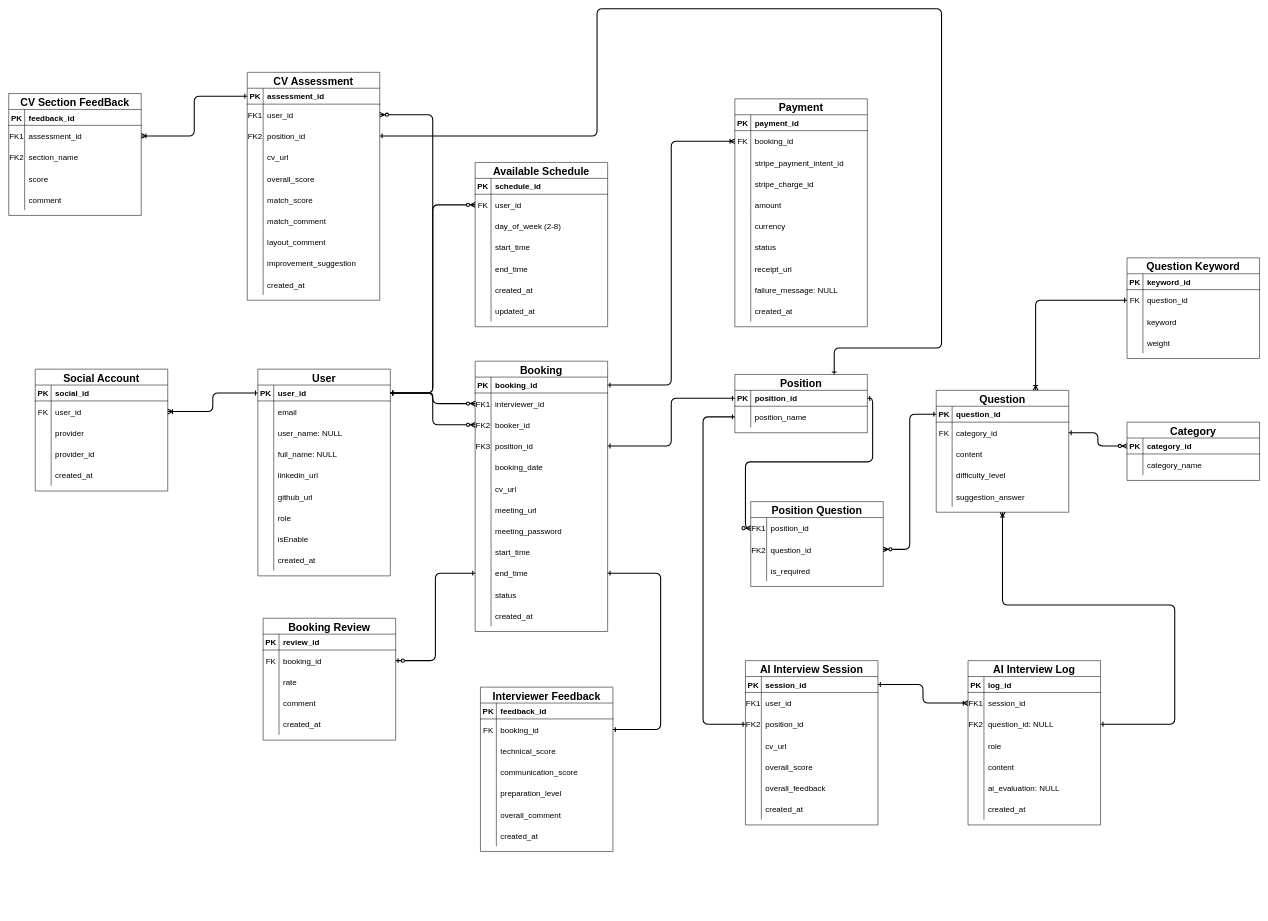
Above: docs/analysis_and_design/Database/Database.drawio in Quanbro07/SE-Master-Interview (draw.io), before the change. Source tidied: cells renumbered, new cells numbered last; positions are measured from the earlier drawing's top-left corner, leaving out a move shared by most shapes. Both pictures are drawn from the tidied source at 53%, with x=0, y=0 at pixel (8, 8).
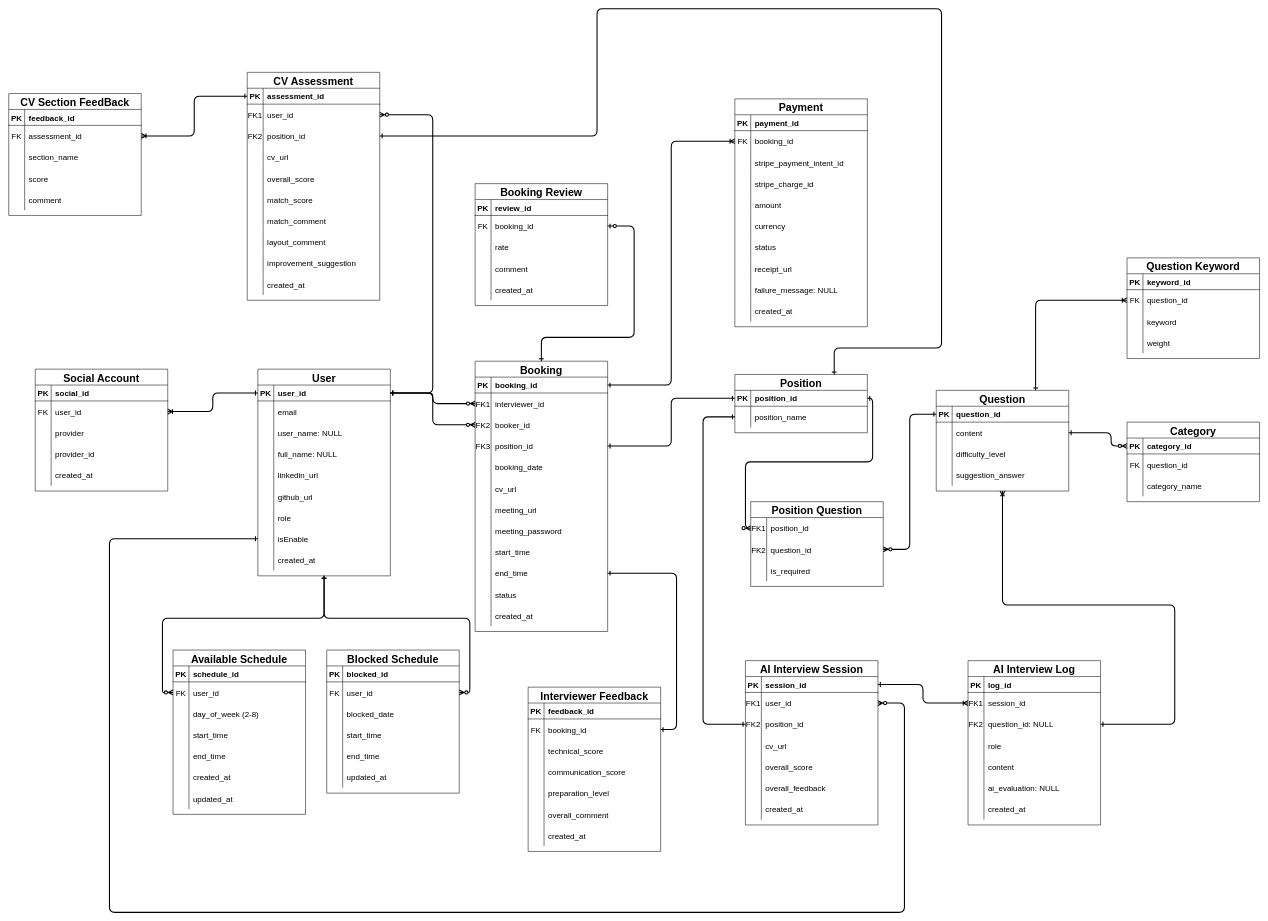
Above is the later version.

The change refers to these unchanged cells:
```xml
<mxCell id="3" value="User" style="shape=table;startSize=30;childLayout=tableLayout;rowLines=0;fontStyle=1;align=center;fontSize=20;" parent="1" vertex="1">
  <mxGeometry x="470" y="680" width="250" height="390" as="geometry" />
</mxCell>
<mxCell id="4" style="shape=partialRectangle;fillColor=none;points=[[0,0.5],[1,0.5]];portConstraint=eastwest;top=0;left=0;right=0;bottom=1;" parent="3" vertex="1">
  <mxGeometry y="30" width="250" height="30" as="geometry" />
</mxCell>
<mxCell id="25" style="shape=partialRectangle;fillColor=none;points=[[0,0.5],[1,0.5]];portConstraint=eastwest;top=0;left=0;right=0;bottom=0;" parent="3" vertex="1">
  <mxGeometry y="300" width="250" height="40" as="geometry" />
</mxCell>
<mxCell id="64" style="shape=partialRectangle;fillColor=none;points=[[0,0.5],[1,0.5]];portConstraint=eastwest;top=0;left=0;right=0;bottom=1;" parent="63" vertex="1">
  <mxGeometry y="30" width="250" height="30" as="geometry" />
</mxCell>
<mxCell id="67" style="shape=partialRectangle;fillColor=none;top=0;left=0;right=0;bottom=0;" parent="63" vertex="1">
  <mxGeometry y="60" width="250" height="40" as="geometry" />
</mxCell>
<mxCell id="93" style="shape=partialRectangle;fillColor=none;points=[[0,0.5],[1,0.5]];portConstraint=eastwest;top=0;left=0;right=0;bottom=0;" parent="89" vertex="1">
  <mxGeometry y="60" width="250" height="40" as="geometry" />
</mxCell>
<mxCell id="111" value="Booking" style="shape=table;startSize=30;childLayout=tableLayout;rowLines=0;fontStyle=1;align=center;fontSize=20;" parent="1" vertex="1">
  <mxGeometry x="880" y="665" width="250" height="510" as="geometry" />
</mxCell>
<mxCell id="139" style="shape=partialRectangle;fillColor=none;points=[[0,0.5],[1,0.5]];portConstraint=eastwest;top=0;left=0;right=0;bottom=0;" parent="111" vertex="1">
  <mxGeometry y="380" width="250" height="40" as="geometry" />
</mxCell>
<mxCell id="189" style="shape=partialRectangle;fillColor=none;points=[[0,0.5],[1,0.5]];portConstraint=eastwest;top=0;left=0;right=0;bottom=0;" parent="185" vertex="1">
  <mxGeometry y="60" width="250" height="40" as="geometry" />
</mxCell>
<mxCell id="205" style="shape=partialRectangle;fillColor=none;points=[[0,0.5],[1,0.5]];portConstraint=eastwest;top=0;left=0;right=0;bottom=0;" parent="201" vertex="1">
  <mxGeometry y="60" width="250" height="40" as="geometry" />
</mxCell>
<mxCell id="253" style="shape=partialRectangle;fillColor=none;points=[[0,0.5],[1,0.5]];portConstraint=eastwest;top=0;left=0;right=0;bottom=0;" parent="249" vertex="1">
  <mxGeometry y="60" width="250" height="40" as="geometry" />
</mxCell>
<mxCell id="307" style="shape=partialRectangle;fillColor=none;points=[[0,0.5],[1,0.5]];portConstraint=eastwest;top=0;left=0;right=0;bottom=0;" parent="303" vertex="1">
  <mxGeometry y="60" width="250" height="40" as="geometry" />
</mxCell>
<mxCell id="310" style="shape=partialRectangle;fillColor=none;top=0;left=0;right=0;bottom=0;" parent="303" vertex="1">
  <mxGeometry y="100" width="250" height="40" as="geometry" />
</mxCell>
<mxCell id="326" style="shape=partialRectangle;fillColor=none;points=[[0,0.5],[1,0.5]];portConstraint=eastwest;top=0;left=0;right=0;bottom=0;" parent="322" vertex="1">
  <mxGeometry y="60" width="250" height="40" as="geometry" />
</mxCell>
```

What changed in the source:
```diff
@@
     <mxCell id="47" value="Question" style="shape=table;startSize=30;childLayout=tableLayout;rowLines=0;fontStyle=1;align=center;fontSize=20;" parent="1" vertex="1">
-      <mxGeometry x="1750" y="720" width="250" height="230" as="geometry" />
+      <mxGeometry x="1750" y="720" width="250" height="190" as="geometry" />
     </mxCell>
@@
-    <mxCell id="51" style="shape=partialRectangle;fillColor=none;points=[[0,0.5],[1,0.5]];portConstraint=eastwest;top=0;left=0;right=0;bottom=0;" parent="47" vertex="1">
-      <mxGeometry y="60" width="250" height="40" as="geometry" />
-    </mxCell>
-    <mxCell id="52" value="FK" style="shape=partialRectangle;overflow=hidden;fillColor=none;top=0;left=0;bottom=0;right=0;fontSize=15;" parent="51" vertex="1">
-      <mxGeometry width="30" height="40" as="geometry" />
-    </mxCell>
-    <mxCell id="53" value="category_id" style="shape=partialRectangle;overflow=hidden;fillColor=none;top=0;left=0;bottom=0;right=0;align=left;spacingLeft=6;fontSize=15;" parent="51" vertex="1">
-      <mxGeometry x="30" width="220" height="40" as="geometry" />
-    </mxCell>
     <mxCell id="54" style="shape=partialRectangle;fillColor=none;top=0;left=0;right=0;bottom=0;" parent="47" vertex="1">
-      <mxGeometry y="100" width="250" height="40" as="geometry" />
+      <mxGeometry y="60" width="250" height="40" as="geometry" />
     </mxCell>
@@
     <mxCell id="57" style="shape=partialRectangle;fillColor=none;top=0;left=0;right=0;bottom=0;" parent="47" vertex="1">
-      <mxGeometry y="140" width="250" height="40" as="geometry" />
+      <mxGeometry y="100" width="250" height="40" as="geometry" />
     </mxCell>
@@
     <mxCell id="60" style="shape=partialRectangle;fillColor=none;top=0;left=0;right=0;bottom=0;" parent="47" vertex="1">
-      <mxGeometry y="180" width="250" height="40" as="geometry" />
+      <mxGeometry y="140" width="250" height="40" as="geometry" />
     </mxCell>
@@
     <mxCell id="63" value="Category" style="shape=table;startSize=30;childLayout=tableLayout;rowLines=0;fontStyle=1;align=center;fontSize=20;" parent="1" vertex="1">
-      <mxGeometry x="2110" y="780" width="250" height="110" as="geometry" />
+      <mxGeometry x="2110" y="780" width="250" height="150" as="geometry" />
     </mxCell>
@@
-    <mxCell id="68" style="shape=partialRectangle;overflow=hidden;fillColor=none;top=0;left=0;bottom=0;right=0;" parent="67" vertex="1">
+    <mxCell id="68" value="FK" style="shape=partialRectangle;overflow=hidden;fillColor=none;top=0;left=0;bottom=0;right=0;fontSize=15;" parent="67" vertex="1">
       <mxGeometry width="30" height="40" as="geometry" />
     </mxCell>
-    <mxCell id="69" value="category_name" style="shape=partialRectangle;overflow=hidden;fillColor=none;top=0;left=0;bottom=0;right=0;align=left;spacingLeft=6;fontSize=15;" parent="67" vertex="1">
+    <mxCell id="69" value="question_id" style="shape=partialRectangle;overflow=hidden;fillColor=none;top=0;left=0;bottom=0;right=0;align=left;spacingLeft=6;fontSize=15;" parent="67" vertex="1">
       <mxGeometry x="30" width="220" height="40" as="geometry" />
     </mxCell>
+    <mxCell id="336" style="shape=partialRectangle;fillColor=none;top=0;left=0;right=0;bottom=0;" parent="63" vertex="1">
+      <mxGeometry y="100" width="250" height="40" as="geometry" />
+    </mxCell>
+    <mxCell id="337" style="shape=partialRectangle;overflow=hidden;fillColor=none;top=0;left=0;bottom=0;right=0;" parent="336" vertex="1">
+      <mxGeometry width="30" height="40" as="geometry" />
+    </mxCell>
+    <mxCell id="338" value="category_name" style="shape=partialRectangle;overflow=hidden;fillColor=none;top=0;left=0;bottom=0;right=0;align=left;spacingLeft=6;fontSize=15;" parent="336" vertex="1">
+      <mxGeometry x="30" width="220" height="40" as="geometry" />
+    </mxCell>
@@
-    <mxCell id="87" style="endArrow=ERzeroToMany;startArrow=ERone;endFill=1;startFill=0;exitX=1;exitY=0.5;exitDx=0;exitDy=0;entryX=0;entryY=0.5;entryDx=0;entryDy=0;edgeStyle=orthogonalEdgeStyle;strokeWidth=2;" parent="1" edge="1" source="51" target="64">
-      <mxGeometry relative="1" as="geometry" />
+    <mxCell id="87" style="endArrow=ERzeroToMany;startArrow=ERone;endFill=1;startFill=0;exitX=1;exitY=0.5;exitDx=0;exitDy=0;entryX=0;entryY=0.5;entryDx=0;entryDy=0;edgeStyle=orthogonalEdgeStyle;strokeWidth=2;" parent="1" edge="1" target="64">
+      <mxGeometry relative="1" as="geometry">
+        <mxPoint x="2000" y="800" as="sourcePoint" />
+        <Array as="points">
+          <mxPoint x="2080" y="800" />
+          <mxPoint x="2080" y="825" />
+        </Array>
+      </mxGeometry>
     </mxCell>
@@
     <mxCell id="89" value="Available Schedule" style="shape=table;startSize=30;childLayout=tableLayout;rowLines=0;fontStyle=1;align=center;fontSize=20;" parent="1" vertex="1">
-      <mxGeometry x="880" y="290" width="250" height="310" as="geometry" />
+      <mxGeometry x="310" y="1210" width="250" height="310" as="geometry" />
     </mxCell>
@@
-    <mxCell id="151" style="endArrow=ERone;startArrow=ERzeroToMany;endFill=0;startFill=0;exitX=0;exitY=0.5;exitDx=0;exitDy=0;edgeStyle=orthogonalEdgeStyle;strokeWidth=2;entryX=1;entryY=0.5;entryDx=0;entryDy=0;" parent="1" edge="1" source="93" target="4">
+    <mxCell id="151" style="endArrow=ERone;startArrow=ERzeroToMany;endFill=0;startFill=0;exitX=0;exitY=0.5;exitDx=0;exitDy=0;edgeStyle=orthogonalEdgeStyle;strokeWidth=2;entryX=0.5;entryY=1;entryDx=0;entryDy=0;" parent="1" edge="1" source="93" target="3">
       <mxGeometry relative="1" as="geometry">
         <Array as="points">
-          <mxPoint x="800" y="370" />
-          <mxPoint x="800" y="725" />
+          <mxPoint x="290" y="1290" />
+          <mxPoint x="290" y="1150" />
+          <mxPoint x="595" y="1150" />
         </Array>
       </mxGeometry>
     </mxCell>
@@
     <mxCell id="185" value="Booking Review" style="shape=table;startSize=30;childLayout=tableLayout;rowLines=0;fontStyle=1;align=center;fontSize=20;" parent="1" vertex="1">
-      <mxGeometry x="480" y="1150" width="250" height="230" as="geometry" />
+      <mxGeometry x="880" y="330" width="250" height="230" as="geometry" />
     </mxCell>
@@
-    <mxCell id="223" style="endArrow=ERone;startArrow=ERzeroToOne;endFill=0;startFill=0;exitX=1;exitY=0.5;exitDx=0;exitDy=0;entryX=0;entryY=0.5;entryDx=0;entryDy=0;edgeStyle=orthogonalEdgeStyle;strokeWidth=2;" parent="1" edge="1" source="189" target="139">
-      <mxGeometry relative="1" as="geometry" />
+    <mxCell id="223" style="endArrow=ERone;startArrow=ERzeroToOne;endFill=0;startFill=0;exitX=1;exitY=0.5;exitDx=0;exitDy=0;entryX=0.5;entryY=0;entryDx=0;entryDy=0;edgeStyle=orthogonalEdgeStyle;strokeWidth=2;" parent="1" edge="1" source="189" target="111">
+      <mxGeometry relative="1" as="geometry">
+        <Array as="points">
+          <mxPoint x="1180" y="410" />
+          <mxPoint x="1180" y="620" />
+          <mxPoint x="1005" y="620" />
+        </Array>
+      </mxGeometry>
     </mxCell>
@@
     <mxCell id="249" value="Interviewer Feedback" style="shape=table;startSize=30;childLayout=tableLayout;rowLines=0;fontStyle=1;align=center;fontSize=20;" parent="1" vertex="1">
-      <mxGeometry x="890" y="1280" width="250" height="310" as="geometry" />
+      <mxGeometry x="980" y="1280" width="250" height="310" as="geometry" />
     </mxCell>
@@
     <mxCell id="271" style="endArrow=ERone;startArrow=ERone;endFill=0;startFill=0;exitX=1;exitY=0.5;exitDx=0;exitDy=0;entryX=1;entryY=0.5;entryDx=0;entryDy=0;edgeStyle=orthogonalEdgeStyle;strokeWidth=2;" parent="1" edge="1" source="253" target="139">
       <mxGeometry relative="1" as="geometry">
         <Array as="points">
-          <mxPoint x="1230" y="1360" />
-          <mxPoint x="1230" y="1065" />
+          <mxPoint x="1260" y="1360" />
+          <mxPoint x="1260" y="1065" />
         </Array>
       </mxGeometry>
     </mxCell>
@@
-    <mxCell id="308" value="FK1" style="shape=partialRectangle;overflow=hidden;fillColor=none;top=0;left=0;bottom=0;right=0;fontSize=15;" parent="307" vertex="1">
+    <mxCell id="308" value="FK" style="shape=partialRectangle;overflow=hidden;fillColor=none;top=0;left=0;bottom=0;right=0;fontSize=15;" parent="307" vertex="1">
       <mxGeometry width="30" height="40" as="geometry" />
     </mxCell>
@@
-    <mxCell id="311" value="FK2" style="shape=partialRectangle;overflow=hidden;fillColor=none;top=0;left=0;bottom=0;right=0;fontSize=15;" parent="310" vertex="1">
+    <mxCell id="311" style="shape=partialRectangle;overflow=hidden;fillColor=none;top=0;left=0;bottom=0;right=0;fontSize=15;" parent="310" vertex="1">
       <mxGeometry width="30" height="40" as="geometry" />
     </mxCell>
@@
-    <mxCell id="335" style="endArrow=ERoneToMany;startArrow=ERone;endFill=0;startFill=0;exitX=0;exitY=0.5;exitDx=0;exitDy=0;entryX=0.75;entryY=0;entryDx=0;entryDy=0;edgeStyle=orthogonalEdgeStyle;strokeWidth=2;" parent="1" edge="1" source="326" target="47">
+    <mxCell id="335" style="endArrow=ERone;startArrow=ERoneToMany;endFill=0;startFill=0;exitX=0;exitY=0.5;exitDx=0;exitDy=0;entryX=0.75;entryY=0;entryDx=0;entryDy=0;edgeStyle=orthogonalEdgeStyle;strokeWidth=2;" parent="1" edge="1" source="326" target="47">
       <mxGeometry relative="1" as="geometry" />
     </mxCell>
+    <mxCell id="339" style="endArrow=ERzeroToMany;startArrow=ERone;endFill=0;startFill=0;exitX=0;exitY=0.5;exitDx=0;exitDy=0;entryX=1;entryY=0.5;entryDx=0;entryDy=0;edgeStyle=orthogonalEdgeStyle;strokeWidth=2;" parent="1" edge="1" source="25" target="205">
+      <mxGeometry relative="1" as="geometry">
+        <Array as="points">
+          <mxPoint x="190" y="1000" />
+          <mxPoint x="190" y="1705" />
+          <mxPoint x="1690" y="1705" />
+          <mxPoint x="1690" y="1310" />
+        </Array>
+      </mxGeometry>
+    </mxCell>
+    <mxCell id="340" value="Blocked Schedule" style="shape=table;startSize=30;childLayout=tableLayout;rowLines=0;fontStyle=1;align=center;fontSize=20;" parent="1" vertex="1">
+      <mxGeometry x="600" y="1210" width="250" height="270" as="geometry" />
+    </mxCell>
+    <mxCell id="341" style="shape=partialRectangle;fillColor=none;top=0;left=0;right=0;bottom=1;" parent="340" vertex="1">
+      <mxGeometry y="30" width="250" height="30" as="geometry" />
+    </mxCell>
+    <mxCell id="342" value="PK" style="shape=partialRectangle;overflow=hidden;fillColor=none;top=0;left=0;bottom=0;right=0;fontStyle=1;fontSize=15;" parent="341" vertex="1">
+      <mxGeometry width="30" height="30" as="geometry" />
+    </mxCell>
+    <mxCell id="343" value="blocked_id" style="shape=partialRectangle;overflow=hidden;fillColor=none;top=0;left=0;bottom=0;right=0;align=left;spacingLeft=6;fontStyle=1;fontSize=15;" parent="341" vertex="1">
+      <mxGeometry x="30" width="220" height="30" as="geometry" />
+    </mxCell>
+    <mxCell id="51" style="shape=partialRectangle;fillColor=none;points=[[0,0.5],[1,0.5]];portConstraint=eastwest;top=0;left=0;right=0;bottom=0;" parent="340" vertex="1">
+      <mxGeometry y="60" width="250" height="40" as="geometry" />
+    </mxCell>
+    <mxCell id="52" value="FK" style="shape=partialRectangle;overflow=hidden;fillColor=none;top=0;left=0;bottom=0;right=0;fontSize=15;" parent="51" vertex="1">
+      <mxGeometry width="30" height="40" as="geometry" />
+    </mxCell>
+    <mxCell id="344" value="user_id" style="shape=partialRectangle;overflow=hidden;fillColor=none;top=0;left=0;bottom=0;right=0;align=left;spacingLeft=6;fontSize=15;" parent="51" vertex="1">
+      <mxGeometry x="30" width="220" height="40" as="geometry" />
+    </mxCell>
+    <mxCell id="345" style="shape=partialRectangle;fillColor=none;top=0;left=0;right=0;bottom=0;" parent="340" vertex="1">
+      <mxGeometry y="100" width="250" height="40" as="geometry" />
+    </mxCell>
+    <mxCell id="346" style="shape=partialRectangle;overflow=hidden;fillColor=none;top=0;left=0;bottom=0;right=0;" parent="345" vertex="1">
+      <mxGeometry width="30" height="40" as="geometry" />
+    </mxCell>
+    <mxCell id="347" value="blocked_date" style="shape=partialRectangle;overflow=hidden;fillColor=none;top=0;left=0;bottom=0;right=0;align=left;spacingLeft=6;fontSize=15;" parent="345" vertex="1">
+      <mxGeometry x="30" width="220" height="40" as="geometry" />
+    </mxCell>
+    <mxCell id="348" style="shape=partialRectangle;fillColor=none;top=0;left=0;right=0;bottom=0;" parent="340" vertex="1">
+      <mxGeometry y="140" width="250" height="40" as="geometry" />
+    </mxCell>
+    <mxCell id="349" style="shape=partialRectangle;overflow=hidden;fillColor=none;top=0;left=0;bottom=0;right=0;" parent="348" vertex="1">
+      <mxGeometry width="30" height="40" as="geometry" />
+    </mxCell>
+    <mxCell id="350" value="start_time" style="shape=partialRectangle;overflow=hidden;fillColor=none;top=0;left=0;bottom=0;right=0;align=left;spacingLeft=6;fontSize=15;" parent="348" vertex="1">
+      <mxGeometry x="30" width="220" height="40" as="geometry" />
+    </mxCell>
+    <mxCell id="351" style="shape=partialRectangle;fillColor=none;top=0;left=0;right=0;bottom=0;" parent="340" vertex="1">
+      <mxGeometry y="180" width="250" height="40" as="geometry" />
+    </mxCell>
+    <mxCell id="352" style="shape=partialRectangle;overflow=hidden;fillColor=none;top=0;left=0;bottom=0;right=0;" parent="351" vertex="1">
+      <mxGeometry width="30" height="40" as="geometry" />
+    </mxCell>
+    <mxCell id="353" value="end_time" style="shape=partialRectangle;overflow=hidden;fillColor=none;top=0;left=0;bottom=0;right=0;align=left;spacingLeft=6;fontSize=15;" parent="351" vertex="1">
+      <mxGeometry x="30" width="220" height="40" as="geometry" />
+    </mxCell>
+    <mxCell id="354" style="shape=partialRectangle;fillColor=none;top=0;left=0;right=0;bottom=0;" parent="340" vertex="1">
+      <mxGeometry y="220" width="250" height="40" as="geometry" />
+    </mxCell>
+    <mxCell id="355" style="shape=partialRectangle;overflow=hidden;fillColor=none;top=0;left=0;bottom=0;right=0;" parent="354" vertex="1">
+      <mxGeometry width="30" height="40" as="geometry" />
+    </mxCell>
+    <mxCell id="356" value="updated_at" style="shape=partialRectangle;overflow=hidden;fillColor=none;top=0;left=0;bottom=0;right=0;align=left;spacingLeft=6;fontSize=15;" parent="354" vertex="1">
+      <mxGeometry x="30" width="220" height="40" as="geometry" />
+    </mxCell>
+    <mxCell id="357" style="endArrow=ERone;startArrow=ERzeroToMany;endFill=0;startFill=0;exitX=1;exitY=0.5;exitDx=0;exitDy=0;edgeStyle=orthogonalEdgeStyle;strokeWidth=2;entryX=0.5;entryY=1;entryDx=0;entryDy=0;" parent="1" edge="1" source="51" target="3">
+      <mxGeometry relative="1" as="geometry">
+        <Array as="points">
+          <mxPoint x="870" y="1290" />
+          <mxPoint x="870" y="1150" />
+          <mxPoint x="595" y="1150" />
+        </Array>
+      </mxGeometry>
+    </mxCell>
```
